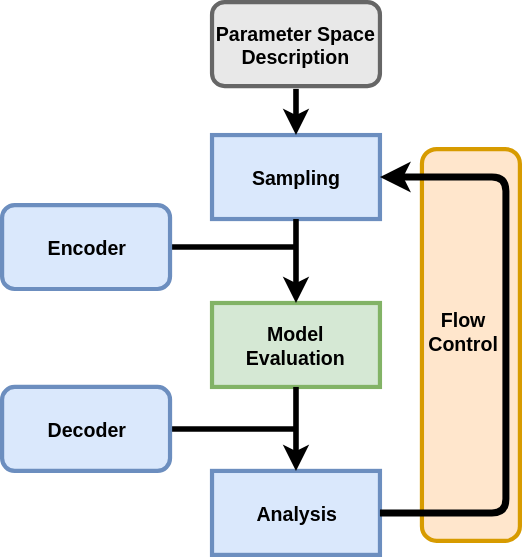
Earlier version of the draw.io export docs/images/vecma-algorithms.svg (UCL-CCS/EasyVVUQ). Source tidied: cells renumbered, new cells last; positions are measured from the earlier drawing's top-left corner, leaving out a move shared by most shapes.
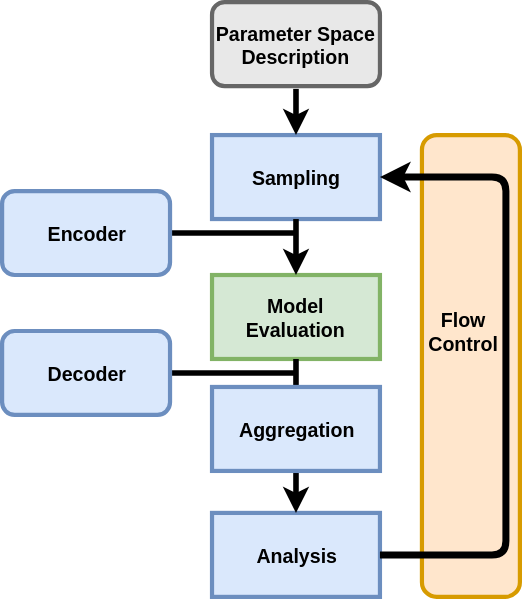
After the change.

Commit message:
Update concepts documentation and accompanying figure

Change to the diagram source:
```diff
@@ -6,18 +6,18 @@
       <mxGeometry x="150" y="95" width="120" height="60" as="geometry" />
     </mxCell>
     <mxCell id="3" value="&lt;b&gt;&lt;font style=&quot;font-size: 14px&quot;&gt;Model Evaluation&lt;/font&gt;&lt;/b&gt;" style="rounded=0;whiteSpace=wrap;html=1;fillColor=#d5e8d4;strokeColor=#82b366;strokeWidth=3;glass=0;comic=0;" parent="1" vertex="1">
-      <mxGeometry x="150" y="215" width="120" height="60" as="geometry" />
+      <mxGeometry x="150" y="195" width="120" height="60" as="geometry" />
     </mxCell>
     <mxCell id="4" value="&lt;b&gt;&lt;font style=&quot;font-size: 14px&quot;&gt;Analysis&lt;/font&gt;&lt;/b&gt;" style="rounded=0;whiteSpace=wrap;html=1;fillColor=#dae8fc;strokeColor=#6c8ebf;strokeWidth=3;" parent="1" vertex="1">
-      <mxGeometry x="150" y="335" width="120" height="60" as="geometry" />
+      <mxGeometry x="150" y="365" width="120" height="60" as="geometry" />
     </mxCell>
     <mxCell id="5" style="rounded=1;whiteSpace=wrap;html=1;fillColor=#ffe6cc;strokeColor=#d79b00;strokeWidth=3;" parent="1" vertex="1">
-      <mxGeometry x="300" y="105" width="70" height="280" as="geometry" />
+      <mxGeometry x="300" y="95" width="70" height="330" as="geometry" />
     </mxCell>
     <mxCell id="6" style="endArrow=classic;html=1;exitX=1;exitY=0.5;exitDx=0;exitDy=0;entryX=1;entryY=0.5;entryDx=0;entryDy=0;strokeWidth=5;" parent="1" edge="1" source="4" target="2">
       <mxGeometry relative="1" as="geometry">
         <Array as="points">
-          <mxPoint x="360" y="365" />
+          <mxPoint x="360" y="395" />
           <mxPoint x="360" y="125" />
         </Array>
       </mxGeometry>
@@ -30,12 +30,12 @@
     </mxCell>
     <mxCell id="9" style="endArrow=none;html=1;exitX=1;exitY=0.5;exitDx=0;exitDy=0;strokeWidth=4;" parent="1" edge="1" source="12">
       <mxGeometry relative="1" as="geometry">
-        <mxPoint x="210" y="175" as="targetPoint" />
+        <mxPoint x="210" y="165" as="targetPoint" />
       </mxGeometry>
     </mxCell>
     <mxCell id="10" style="endArrow=none;html=1;entryX=1;entryY=0.5;entryDx=0;entryDy=0;strokeWidth=4;" parent="1" edge="1" target="13">
       <mxGeometry relative="1" as="geometry">
-        <mxPoint x="210" y="305" as="sourcePoint" />
+        <mxPoint x="210" y="265" as="sourcePoint" />
       </mxGeometry>
     </mxCell>
     <mxCell id="11" style="endArrow=classic;html=1;entryX=0.5;entryY=0;entryDx=0;entryDy=0;strokeWidth=4;" parent="1" edge="1" target="2">
@@ -44,10 +44,10 @@
       </mxGeometry>
     </mxCell>
     <mxCell id="12" value="&lt;b&gt;&lt;font style=&quot;font-size: 14px&quot;&gt;Encoder&lt;/font&gt;&lt;/b&gt;" style="rounded=1;whiteSpace=wrap;html=1;fillColor=#dae8fc;strokeColor=#6c8ebf;strokeWidth=3;" parent="1" vertex="1">
-      <mxGeometry y="145" width="120" height="60" as="geometry" />
+      <mxGeometry y="135" width="120" height="60" as="geometry" />
     </mxCell>
     <mxCell id="13" value="&lt;b&gt;&lt;font style=&quot;font-size: 14px&quot;&gt;Decoder&lt;/font&gt;&lt;/b&gt;" style="rounded=1;whiteSpace=wrap;html=1;fillColor=#dae8fc;strokeColor=#6c8ebf;strokeWidth=3;" parent="1" vertex="1">
-      <mxGeometry y="275" width="120" height="60" as="geometry" />
+      <mxGeometry y="235" width="120" height="60" as="geometry" />
     </mxCell>
     <mxCell id="14" value="&lt;b&gt;&lt;font style=&quot;font-size: 14px&quot; color=&quot;#000000&quot;&gt;Parameter Space Description&lt;/font&gt;&lt;/b&gt;" style="rounded=1;whiteSpace=wrap;html=1;glass=0;comic=0;strokeWidth=3;fillColor=#E8E8E8;strokeColor=#666666;fontColor=#333333;" parent="1" vertex="1">
       <mxGeometry x="150" width="120" height="60" as="geometry" />
@@ -55,5 +55,8 @@
     <mxCell id="15" value="&lt;div style=&quot;text-align: center&quot;&gt;&lt;b style=&quot;font-size: 14px&quot;&gt;Flow&lt;/b&gt;&lt;/div&gt;&lt;font style=&quot;font-size: 14px&quot;&gt;&lt;div style=&quot;text-align: center&quot;&gt;&lt;b&gt;Control&lt;/b&gt;&lt;/div&gt;&lt;/font&gt;" style="text;html=1;" parent="1" vertex="1">
       <mxGeometry x="303" y="213" width="60" height="60" as="geometry" />
     </mxCell>
+    <mxCell id="16" value="&lt;b&gt;&lt;font style=&quot;font-size: 14px&quot;&gt;Aggregation&lt;/font&gt;&lt;/b&gt;" style="rounded=0;whiteSpace=wrap;html=1;fillColor=#dae8fc;strokeColor=#6c8ebf;strokeWidth=3;" parent="1" vertex="1">
+      <mxGeometry x="150" y="275" width="120" height="60" as="geometry" />
+    </mxCell>
   </root>
 </mxGraphModel>
```
